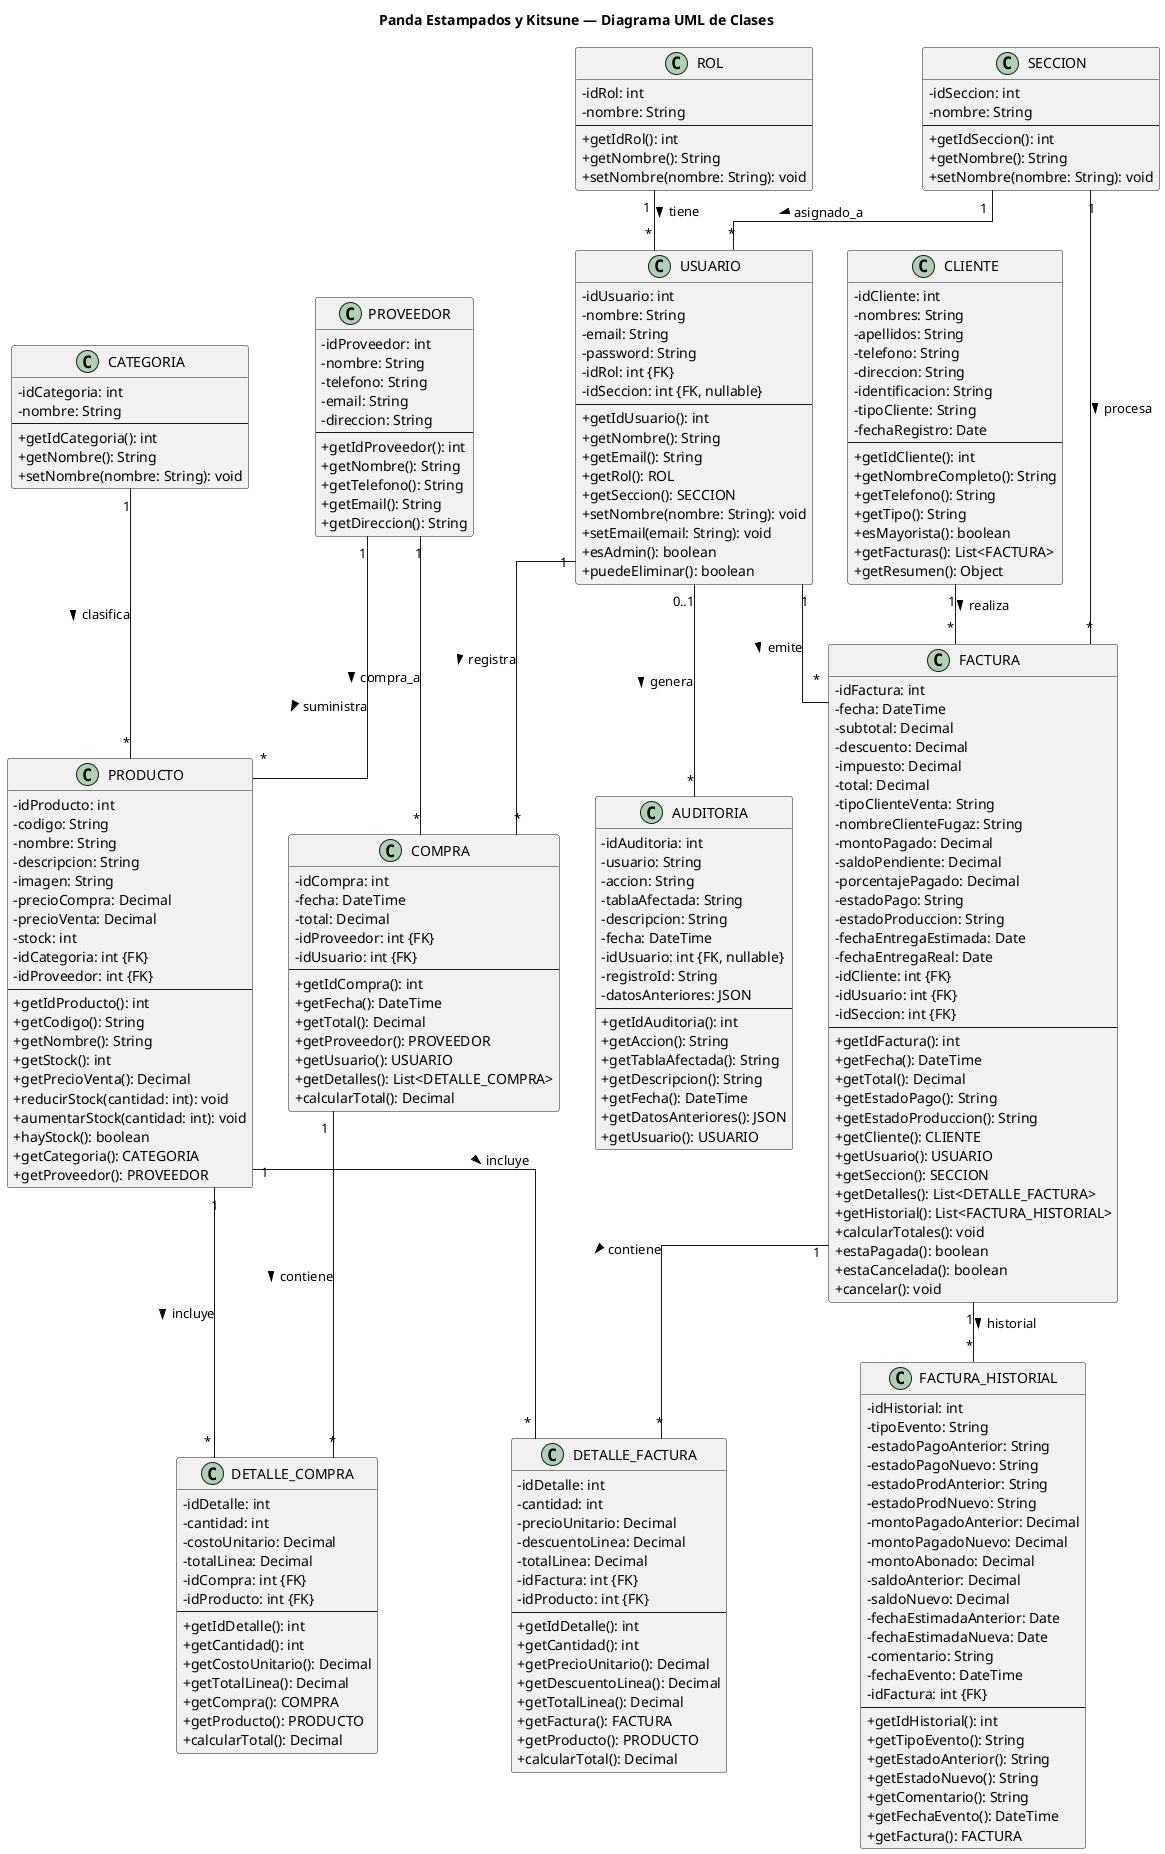
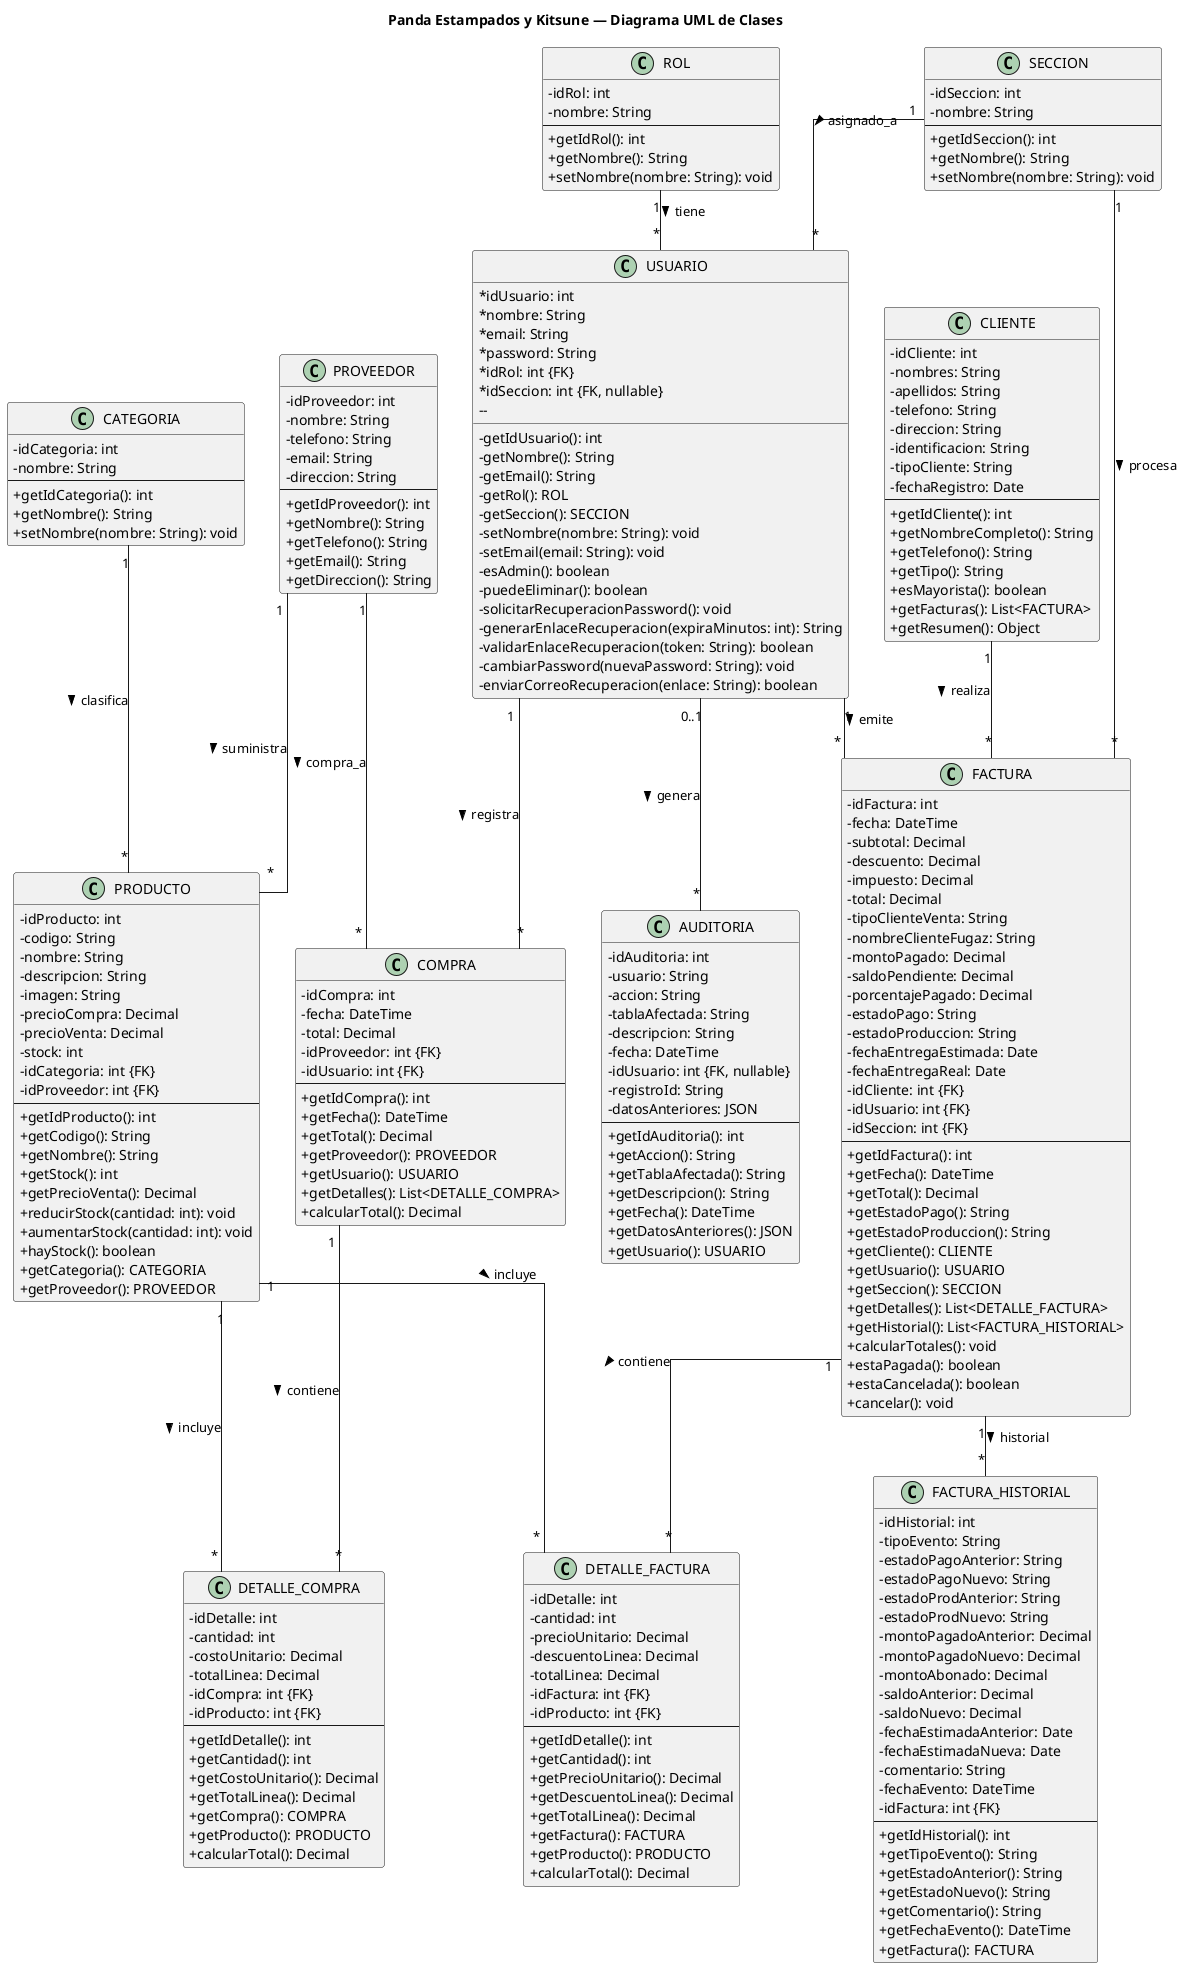
@startuml
skinparam classAttributeIconSize 0
skinparam classFontSize 14
skinparam packageFontSize 16
skinparam linetype ortho

title Panda Estampados y Kitsune — Diagrama UML de Clases

class ROL {
  - idRol: int
  - nombre: String
  --
  + getIdRol(): int
  + getNombre(): String
  + setNombre(nombre: String): void
}

class SECCION {
  - idSeccion: int
  - nombre: String
  --
  + getIdSeccion(): int
  + getNombre(): String
  + setNombre(nombre: String): void
}

class CATEGORIA {
  - idCategoria: int
  - nombre: String
  --
  + getIdCategoria(): int
  + getNombre(): String
  + setNombre(nombre: String): void
}

class PROVEEDOR {
  - idProveedor: int
  - nombre: String
  - telefono: String
  - email: String
  - direccion: String
  --
  + getIdProveedor(): int
  + getNombre(): String
  + getTelefono(): String
  + getEmail(): String
  + getDireccion(): String
}

class USUARIO {
-   - idUsuario: int
-   - nombre: String
-   - email: String
-   - password: String
-   - idRol: int {FK}
-   - idSeccion: int {FK, nullable}
-   --
-   + getIdUsuario(): int
-   + getNombre(): String
-   + getEmail(): String
-   + getRol(): ROL
-   + getSeccion(): SECCION
-   + setNombre(nombre: String): void
-   + setEmail(email: String): void
-   + esAdmin(): boolean
-   + puedeEliminar(): boolean
- }
+ 
+   * idUsuario: int
+   * nombre: String
+   * email: String
+   * password: String
+   * idRol: int {FK}
+   * idSeccion: int {FK, nullable}
+     --
+ 
+   - getIdUsuario(): int
+   - getNombre(): String
+   - getEmail(): String
+   - getRol(): ROL
+   - getSeccion(): SECCION
+   - setNombre(nombre: String): void
+   - setEmail(email: String): void
+   - esAdmin(): boolean
+   - puedeEliminar(): boolean
+   - solicitarRecuperacionPassword(): void
+   - generarEnlaceRecuperacion(expiraMinutos: int): String
+   - validarEnlaceRecuperacion(token: String): boolean
+   - cambiarPassword(nuevaPassword: String): void
+   - enviarCorreoRecuperacion(enlace: String): boolean
+ }
+ 

class CLIENTE {
  - idCliente: int
  - nombres: String
  - apellidos: String
  - telefono: String
  - direccion: String
  - identificacion: String
  - tipoCliente: String
  - fechaRegistro: Date
  --
  + getIdCliente(): int
  + getNombreCompleto(): String
  + getTelefono(): String
  + getTipo(): String
  + esMayorista(): boolean
  + getFacturas(): List<FACTURA>
  + getResumen(): Object
}

class PRODUCTO {
  - idProducto: int
  - codigo: String
  - nombre: String
  - descripcion: String
  - imagen: String
  - precioCompra: Decimal
  - precioVenta: Decimal
  - stock: int
  - idCategoria: int {FK}
  - idProveedor: int {FK}
  --
  + getIdProducto(): int
  + getCodigo(): String
  + getNombre(): String
  + getStock(): int
  + getPrecioVenta(): Decimal
  + reducirStock(cantidad: int): void
  + aumentarStock(cantidad: int): void
  + hayStock(): boolean
  + getCategoria(): CATEGORIA
  + getProveedor(): PROVEEDOR
}

class COMPRA {
  - idCompra: int
  - fecha: DateTime
  - total: Decimal
  - idProveedor: int {FK}
  - idUsuario: int {FK}
  --
  + getIdCompra(): int
  + getFecha(): DateTime
  + getTotal(): Decimal
  + getProveedor(): PROVEEDOR
  + getUsuario(): USUARIO
  + getDetalles(): List<DETALLE_COMPRA>
  + calcularTotal(): Decimal
}

class DETALLE_COMPRA {
  - idDetalle: int
  - cantidad: int
  - costoUnitario: Decimal
  - totalLinea: Decimal
  - idCompra: int {FK}
  - idProducto: int {FK}
  --
  + getIdDetalle(): int
  + getCantidad(): int
  + getCostoUnitario(): Decimal
  + getTotalLinea(): Decimal
  + getCompra(): COMPRA
  + getProducto(): PRODUCTO
  + calcularTotal(): Decimal
}

class FACTURA {
  - idFactura: int
  - fecha: DateTime
  - subtotal: Decimal
  - descuento: Decimal
  - impuesto: Decimal
  - total: Decimal
  - tipoClienteVenta: String
  - nombreClienteFugaz: String
  - montoPagado: Decimal
  - saldoPendiente: Decimal
  - porcentajePagado: Decimal
  - estadoPago: String
  - estadoProduccion: String
  - fechaEntregaEstimada: Date
  - fechaEntregaReal: Date
  - idCliente: int {FK}
  - idUsuario: int {FK}
  - idSeccion: int {FK}
  --
  + getIdFactura(): int
  + getFecha(): DateTime
  + getTotal(): Decimal
  + getEstadoPago(): String
  + getEstadoProduccion(): String
  + getCliente(): CLIENTE
  + getUsuario(): USUARIO
  + getSeccion(): SECCION
  + getDetalles(): List<DETALLE_FACTURA>
  + getHistorial(): List<FACTURA_HISTORIAL>
  + calcularTotales(): void
  + estaPagada(): boolean
  + estaCancelada(): boolean
  + cancelar(): void
}

class DETALLE_FACTURA {
  - idDetalle: int
  - cantidad: int
  - precioUnitario: Decimal
  - descuentoLinea: Decimal
  - totalLinea: Decimal
  - idFactura: int {FK}
  - idProducto: int {FK}
  --
  + getIdDetalle(): int
  + getCantidad(): int
  + getPrecioUnitario(): Decimal
  + getDescuentoLinea(): Decimal
  + getTotalLinea(): Decimal
  + getFactura(): FACTURA
  + getProducto(): PRODUCTO
  + calcularTotal(): Decimal
}

class FACTURA_HISTORIAL {
  - idHistorial: int
  - tipoEvento: String
  - estadoPagoAnterior: String
  - estadoPagoNuevo: String
  - estadoProdAnterior: String
  - estadoProdNuevo: String
  - montoPagadoAnterior: Decimal
  - montoPagadoNuevo: Decimal
  - montoAbonado: Decimal
  - saldoAnterior: Decimal
  - saldoNuevo: Decimal
  - fechaEstimadaAnterior: Date
  - fechaEstimadaNueva: Date
  - comentario: String
  - fechaEvento: DateTime
  - idFactura: int {FK}
  --
  + getIdHistorial(): int
  + getTipoEvento(): String
  + getEstadoAnterior(): String
  + getEstadoNuevo(): String
  + getComentario(): String
  + getFechaEvento(): DateTime
  + getFactura(): FACTURA
}

class AUDITORIA {
  - idAuditoria: int
  - usuario: String
  - accion: String
  - tablaAfectada: String
  - descripcion: String
  - fecha: DateTime
  - idUsuario: int {FK, nullable}
  - registroId: String
  - datosAnteriores: JSON
  --
  + getIdAuditoria(): int
  + getAccion(): String
  + getTablaAfectada(): String
  + getDescripcion(): String
  + getFecha(): DateTime
  + getDatosAnteriores(): JSON
  + getUsuario(): USUARIO
}

' ============================================================
' RELACIONES
' ============================================================

ROL "1" -- "*" USUARIO : tiene >
SECCION "1" -- "*" USUARIO : asignado_a >
CATEGORIA "1" -- "*" PRODUCTO : clasifica >
PROVEEDOR "1" -- "*" PRODUCTO : suministra >
PROVEEDOR "1" -- "*" COMPRA : compra_a >
USUARIO "1" -- "*" COMPRA : registra >
USUARIO "1" -- "*" FACTURA : emite >
SECCION "1" -- "*" FACTURA : procesa >
CLIENTE "1" -- "*" FACTURA : realiza >
COMPRA "1" -- "*" DETALLE_COMPRA : contiene >
PRODUCTO "1" -- "*" DETALLE_COMPRA : incluye >
FACTURA "1" -- "*" DETALLE_FACTURA : contiene >
PRODUCTO "1" -- "*" DETALLE_FACTURA : incluye >
FACTURA "1" -- "*" FACTURA_HISTORIAL : historial >
USUARIO "0..1" -- "*" AUDITORIA : genera >

@enduml
